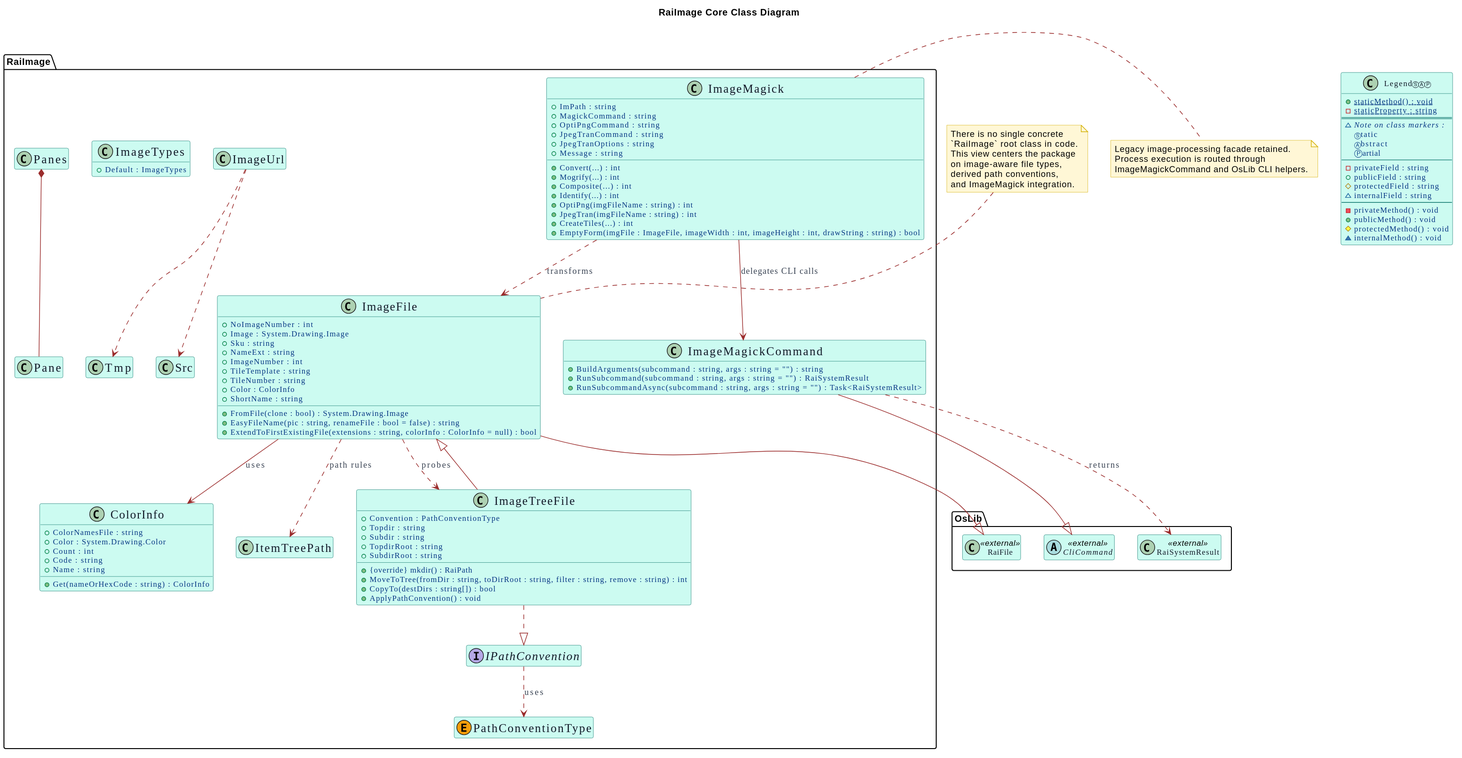
Earlier version of the PlantUML export RaiImageCD.svg (Burkhardt/RaiImage).
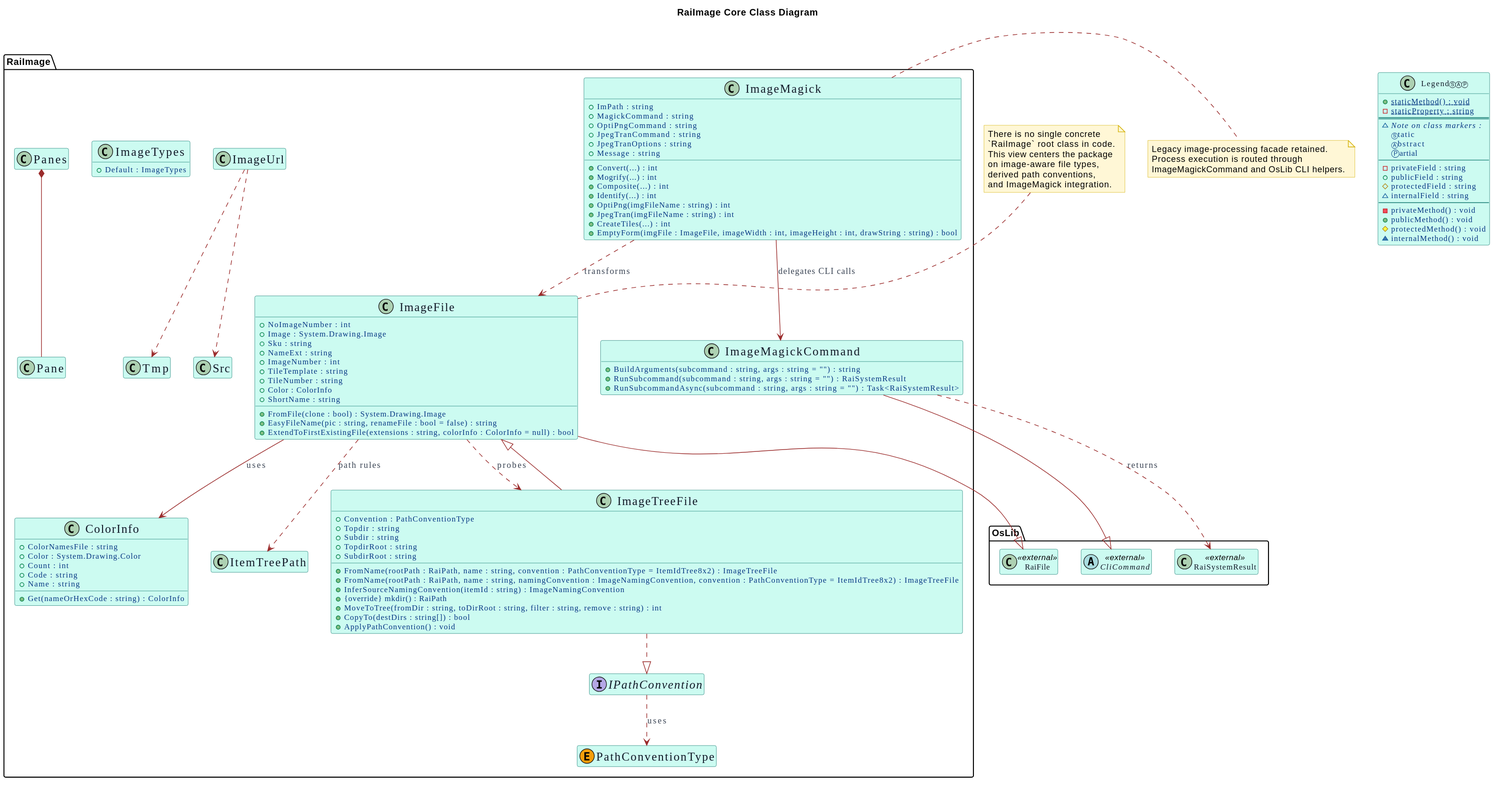
After the commit.

Diff of the diagram source:
```diff
@@ -53,6 +53,9 @@
 		+Subdir : string
 		+TopdirRoot : string
 		+SubdirRoot : string
+		+FromName(rootPath : RaiPath, name : string, convention : PathConventionType = ItemIdTree8x2) : ImageTreeFile
+		+FromName(rootPath : RaiPath, name : string, namingConvention : ImageNamingConvention, convention : PathConventionType = ItemIdTree8x2) : ImageTreeFile
+		+InferSourceNamingConvention(itemId : string) : ImageNamingConvention
 		+{override} mkdir() : RaiPath
 		+MoveToTree(fromDir : string, toDirRoot : string, filter : string, remove : string) : int
 		+CopyTo(destDirs : string[]) : bool
```
